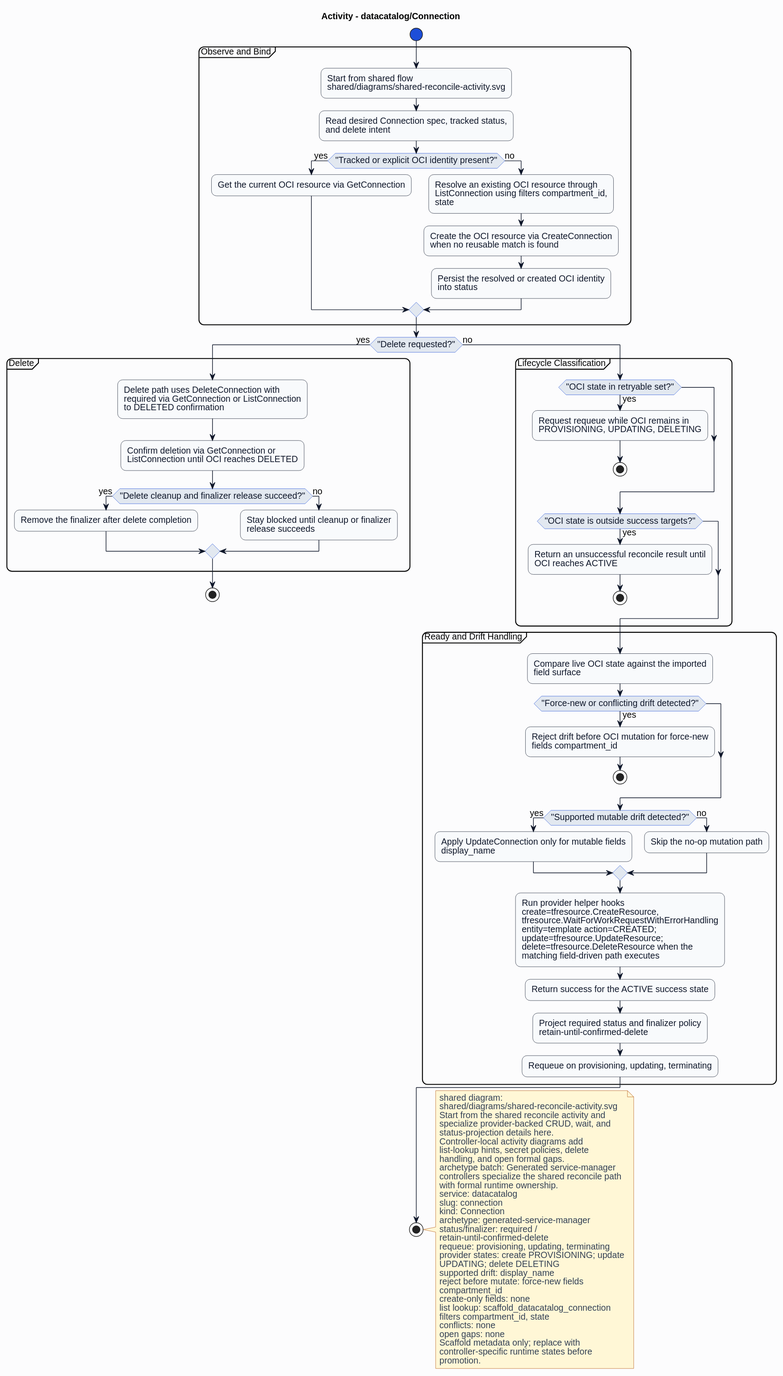
HaoyL666/oci-service-operator keeps this PlantUML diagram as formal/controllers/datacatalog/connection/diagrams/activity.svg. Above is the earlier version. Its diagram source:
```plantuml
@startuml
skinparam shadowing false
skinparam backgroundColor #fcfcfd
skinparam defaultFontName Helvetica
skinparam defaultFontSize 14
skinparam arrowColor #0f172a
skinparam noteBackgroundColor #fff7d6
skinparam noteBorderColor #b45309
skinparam noteFontColor #334155
skinparam roundcorner 16
title Activity - datacatalog/Connection
skinparam activity {
  backgroundColor #f8fafc
  borderColor #0f172a
  fontColor #0f172a
  diamondBackgroundColor #e2e8f0
  diamondBorderColor #1d4ed8
  diamondFontColor #0f172a
  startColor #1d4ed8
  endColor #0f172a
  barColor #1d4ed8
}
start
partition "Observe and Bind" {
:Start from shared flow\nshared/diagrams/shared-reconcile-activity.svg;
:Read desired Connection spec, tracked status,\nand delete intent;
if ("Tracked or explicit OCI identity present?") then (yes)
:Get the current OCI resource via GetConnection;
else (no)
:Resolve an existing OCI resource through\nListConnection using filters compartment_id,\nstate;
:Create the OCI resource via CreateConnection\nwhen no reusable match is found;
:Persist the resolved or created OCI identity\ninto status;
endif
}
if ("Delete requested?") then (yes)
partition "Delete" {
:Delete path uses DeleteConnection with\nrequired via GetConnection or ListConnection\nto DELETED confirmation;
:Confirm deletion via GetConnection or\nListConnection until OCI reaches DELETED;
if ("Delete cleanup and finalizer release succeed?") then (yes)
:Remove the finalizer after delete completion;
else (no)
:Stay blocked until cleanup or finalizer\nrelease succeeds;
endif
}
stop
else (no)
partition "Lifecycle Classification" {
if ("OCI state in retryable set?") then (yes)
:Request requeue while OCI remains in\nPROVISIONING, UPDATING, DELETING;
stop
endif
if ("OCI state is outside success targets?") then (yes)
:Return an unsuccessful reconcile result until\nOCI reaches ACTIVE;
stop
endif
}
partition "Ready and Drift Handling" {
:Compare live OCI state against the imported\nfield surface;
if ("Force-new or conflicting drift detected?") then (yes)
:Reject drift before OCI mutation for force-new\nfields compartment_id;
stop
endif
if ("Supported mutable drift detected?") then (yes)
:Apply UpdateConnection only for mutable fields\ndisplay_name;
else (no)
:Skip the no-op mutation path;
endif
:Run provider helper hooks\ncreate=tfresource.CreateResource,\ntfresource.WaitForWorkRequestWithErrorHandling\nentity=template action=CREATED;\nupdate=tfresource.UpdateResource;\ndelete=tfresource.DeleteResource when the\nmatching field-driven path executes;
:Return success for the ACTIVE success state;
:Project required status and finalizer policy\nretain-until-confirmed-delete;
:Requeue on provisioning, updating, terminating;
}
endif
stop
note right
shared diagram:
shared/diagrams/shared-reconcile-activity.svg
Start from the shared reconcile activity and
specialize provider-backed CRUD, wait, and
status-projection details here.
Controller-local activity diagrams add
list-lookup hints, secret policies, delete
handling, and open formal gaps.
archetype batch: Generated service-manager
controllers specialize the shared reconcile path
with formal runtime ownership.
service: datacatalog
slug: connection
kind: Connection
archetype: generated-service-manager
status/finalizer: required /
retain-until-confirmed-delete
requeue: provisioning, updating, terminating
provider states: create PROVISIONING; update
UPDATING; delete DELETING
supported drift: display_name
reject before mutate: force-new fields
compartment_id
create-only fields: none
list lookup: scaffold_datacatalog_connection
filters compartment_id, state
conflicts: none
open gaps: none
Scaffold metadata only; replace with
controller-specific runtime states before
promotion.
end note
@enduml
```
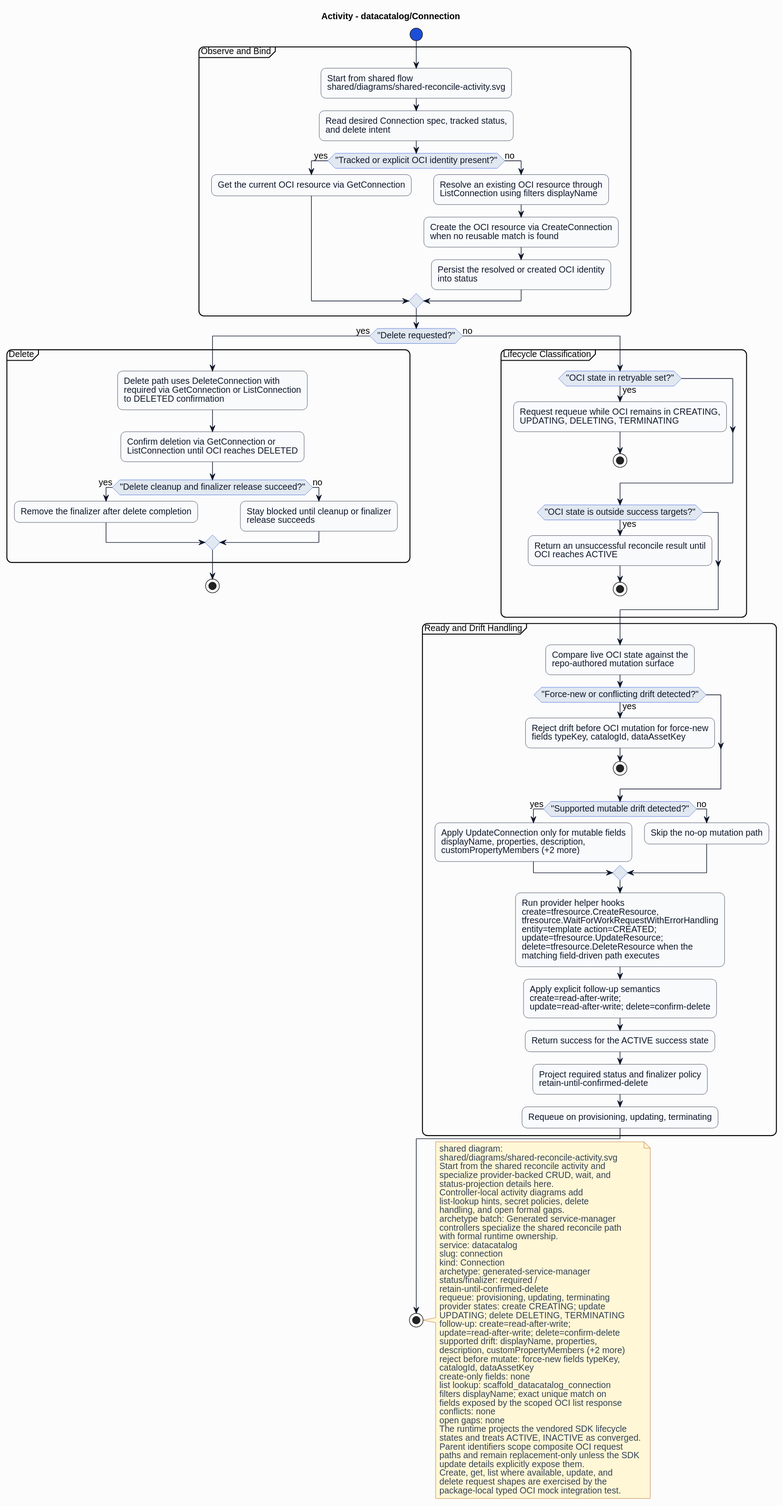
After the commit.

What changed in the source:
```diff
@@ -27,7 +27,7 @@
 if ("Tracked or explicit OCI identity present?") then (yes)
 :Get the current OCI resource via GetConnection;
 else (no)
-:Resolve an existing OCI resource through\nListConnection using filters compartment_id,\nstate;
+:Resolve an existing OCI resource through\nListConnection using filters displayName;
 :Create the OCI resource via CreateConnection\nwhen no reusable match is found;
 :Persist the resolved or created OCI identity\ninto status;
 endif
@@ -46,7 +46,7 @@
 else (no)
 partition "Lifecycle Classification" {
 if ("OCI state in retryable set?") then (yes)
-:Request requeue while OCI remains in\nPROVISIONING, UPDATING, DELETING;
+:Request requeue while OCI remains in CREATING,\nUPDATING, DELETING, TERMINATING;
 stop
 endif
 if ("OCI state is outside success targets?") then (yes)
@@ -55,17 +55,18 @@
 endif
 }
 partition "Ready and Drift Handling" {
-:Compare live OCI state against the imported\nfield surface;
+:Compare live OCI state against the\nrepo-authored mutation surface;
 if ("Force-new or conflicting drift detected?") then (yes)
-:Reject drift before OCI mutation for force-new\nfields compartment_id;
+:Reject drift before OCI mutation for force-new\nfields typeKey, catalogId, dataAssetKey;
 stop
 endif
 if ("Supported mutable drift detected?") then (yes)
-:Apply UpdateConnection only for mutable fields\ndisplay_name;
+:Apply UpdateConnection only for mutable fields\ndisplayName, properties, description,\ncustomPropertyMembers (+2 more);
 else (no)
 :Skip the no-op mutation path;
 endif
 :Run provider helper hooks\ncreate=tfresource.CreateResource,\ntfresource.WaitForWorkRequestWithErrorHandling\nentity=template action=CREATED;\nupdate=tfresource.UpdateResource;\ndelete=tfresource.DeleteResource when the\nmatching field-driven path executes;
+:Apply explicit follow-up semantics\ncreate=read-after-write;\nupdate=read-after-write; delete=confirm-delete;
 :Return success for the ACTIVE success state;
 :Project required status and finalizer policy\nretain-until-confirmed-delete;
 :Requeue on provisioning, updating, terminating;
@@ -91,18 +92,27 @@
 status/finalizer: required /
 retain-until-confirmed-delete
 requeue: provisioning, updating, terminating
-provider states: create PROVISIONING; update
-UPDATING; delete DELETING
-supported drift: display_name
-reject before mutate: force-new fields
-compartment_id
+provider states: create CREATING; update
+UPDATING; delete DELETING, TERMINATING
+follow-up: create=read-after-write;
+update=read-after-write; delete=confirm-delete
+supported drift: displayName, properties,
+description, customPropertyMembers (+2 more)
+reject before mutate: force-new fields typeKey,
+catalogId, dataAssetKey
 create-only fields: none
 list lookup: scaffold_datacatalog_connection
-filters compartment_id, state
+filters displayName; exact unique match on
+fields exposed by the scoped OCI list response
 conflicts: none
 open gaps: none
-Scaffold metadata only; replace with
-controller-specific runtime states before
-promotion.
+The runtime projects the vendored SDK lifecycle
+states and treats ACTIVE, INACTIVE as converged.
+Parent identifiers scope composite OCI request
+paths and remain replacement-only unless the SDK
+update details explicitly expose them.
+Create, get, list where available, update, and
+delete request shapes are exercised by the
+package-local typed OCI mock integration test.
 end note
 @enduml
```
